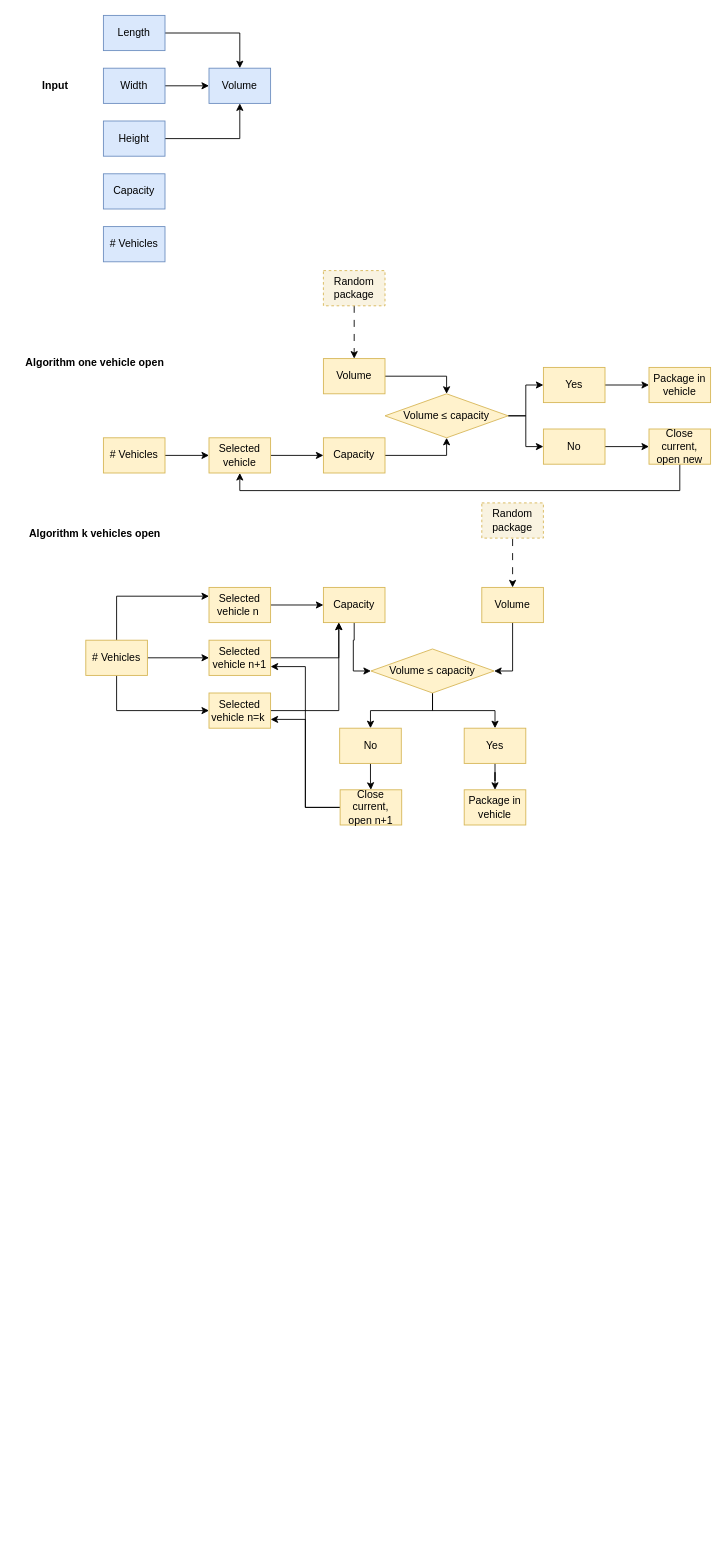
This is Pseudo-code-blocks.drawio from ftamsma/Group33_TIL, a draw.io file, before an edit. Source tidied: cells renumbered, new cells numbered last; positions are measured from the earlier drawing's top-left corner, leaving out a move shared by most shapes. Both pictures are drawn from the tidied source at 88%, with x=0, y=0 at pixel (15, 15).
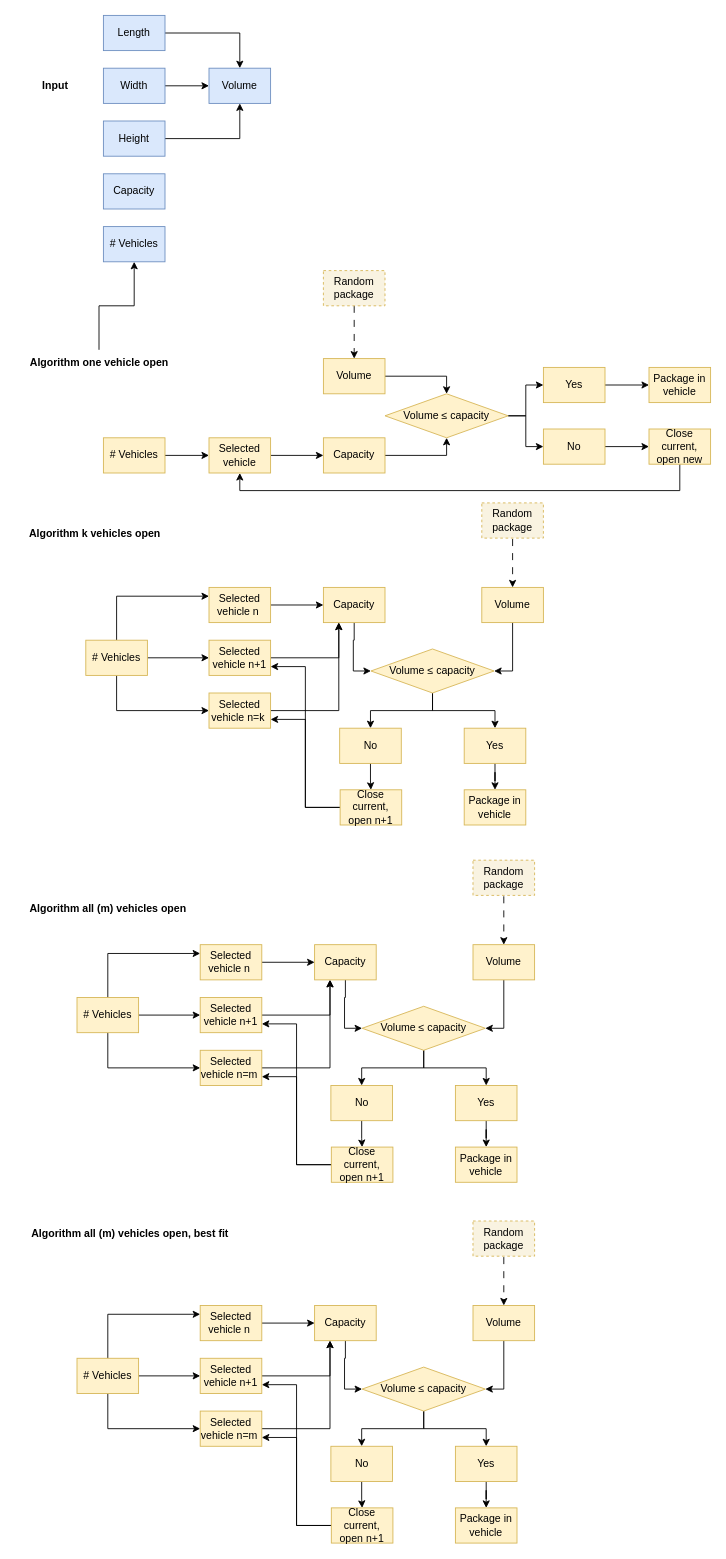
After the change.

The change refers to these unchanged cells:
```xml
<mxCell id="14" value="# Vehicles" style="rounded=0;whiteSpace=wrap;html=1;fillColor=#dae8fc;strokeColor=#6c8ebf;" parent="1" vertex="1">
  <mxGeometry x="100" y="240" width="70" height="40" as="geometry" />
</mxCell>
```

Diff of the diagram source:
```diff
@@
+    <mxCell id="61" style="edgeStyle=orthogonalEdgeStyle;rounded=0;jettySize=auto;html=1;" parent="1" edge="1" source="11" target="14">
+      <mxGeometry relative="1" as="geometry" />
+    </mxCell>
     <mxCell id="11" value="&lt;b&gt;Algorithm one vehicle open&lt;/b&gt;" style="text;html=1;align=center;verticalAlign=middle;points=[];strokeColor=none;fillColor=none;" parent="1" vertex="1">
-      <mxGeometry y="380" width="180" height="30" as="geometry" />
+      <mxGeometry x="5" y="380" width="180" height="30" as="geometry" />
     </mxCell>
@@
+    <mxCell id="62" style="edgeStyle=orthogonalEdgeStyle;rounded=0;jettySize=auto;html=1;" parent="1" edge="1" source="65" target="71">
+      <mxGeometry relative="1" as="geometry">
+        <Array as="points">
+          <mxPoint x="105" y="1196" />
+        </Array>
+      </mxGeometry>
+    </mxCell>
+    <mxCell id="63" style="edgeStyle=orthogonalEdgeStyle;rounded=0;jettySize=auto;html=1;entryX=0;entryY=0.25;entryDx=0;entryDy=0;" parent="1" edge="1" source="65" target="86">
+      <mxGeometry relative="1" as="geometry">
+        <Array as="points">
+          <mxPoint x="105" y="1066" />
+        </Array>
+      </mxGeometry>
+    </mxCell>
+    <mxCell id="64" style="edgeStyle=orthogonalEdgeStyle;rounded=0;jettySize=auto;html=1;" parent="1" edge="1" source="65" target="88">
+      <mxGeometry relative="1" as="geometry" />
+    </mxCell>
+    <mxCell id="65" value="# Vehicles" style="rounded=0;whiteSpace=wrap;html=1;fillColor=#fff2cc;strokeColor=#d6b656;" parent="1" vertex="1">
+      <mxGeometry x="70" y="1116" width="70" height="40" as="geometry" />
+    </mxCell>
+    <mxCell id="66" style="edgeStyle=orthogonalEdgeStyle;rounded=0;jettySize=auto;html=1;entryX=1;entryY=0.5;entryDx=0;entryDy=0;" parent="1" edge="1" source="67" target="76">
+      <mxGeometry relative="1" as="geometry" />
+    </mxCell>
+    <mxCell id="67" value="Volume" style="rounded=0;whiteSpace=wrap;html=1;fillColor=#fff2cc;strokeColor=#d6b656;" parent="1" vertex="1">
+      <mxGeometry x="520" y="1056" width="70" height="40" as="geometry" />
+    </mxCell>
+    <mxCell id="68" style="edgeStyle=orthogonalEdgeStyle;rounded=0;jettySize=auto;html=1;entryX=0;entryY=0.5;entryDx=0;entryDy=0;" parent="1" edge="1" source="69" target="76">
+      <mxGeometry relative="1" as="geometry" />
+    </mxCell>
+    <mxCell id="69" value="Capacity" style="rounded=0;whiteSpace=wrap;html=1;fillColor=#fff2cc;strokeColor=#d6b656;" parent="1" vertex="1">
+      <mxGeometry x="340" y="1056" width="70" height="40" as="geometry" />
+    </mxCell>
+    <mxCell id="70" style="edgeStyle=orthogonalEdgeStyle;rounded=0;jettySize=auto;html=1;entryX=0.25;entryY=1;entryDx=0;entryDy=0;" parent="1" edge="1" source="71" target="69">
+      <mxGeometry relative="1" as="geometry" />
+    </mxCell>
+    <mxCell id="71" value="Selected vehicle n=m&amp;nbsp;" style="rounded=0;whiteSpace=wrap;html=1;fillColor=#fff2cc;strokeColor=#d6b656;" parent="1" vertex="1">
+      <mxGeometry x="210" y="1176" width="70" height="40" as="geometry" />
+    </mxCell>
+    <mxCell id="72" style="endArrow=classic;html=1;rounded=0;entryX=0.5;entryY=0;entryDx=0;entryDy=0;dashed=1;dashPattern=8 8;" parent="1" edge="1" target="67">
+      <mxGeometry relative="1" as="geometry">
+        <mxPoint x="555" y="1001" as="sourcePoint" />
+      </mxGeometry>
+    </mxCell>
+    <mxCell id="73" value="Random package" style="rounded=0;whiteSpace=wrap;html=1;fillColor=#f9f3e1;strokeColor=#d6b656;dashed=1;" parent="1" vertex="1">
+      <mxGeometry x="520" y="960" width="70" height="40" as="geometry" />
+    </mxCell>
+    <mxCell id="74" style="edgeStyle=orthogonalEdgeStyle;rounded=0;jettySize=auto;html=1;entryX=0.5;entryY=0;entryDx=0;entryDy=0;" parent="1" edge="1" source="76" target="78">
+      <mxGeometry relative="1" as="geometry" />
+    </mxCell>
+    <mxCell id="75" style="edgeStyle=orthogonalEdgeStyle;rounded=0;jettySize=auto;html=1;entryX=0.5;entryY=0;entryDx=0;entryDy=0;" parent="1" edge="1" source="76" target="80">
+      <mxGeometry relative="1" as="geometry" />
+    </mxCell>
+    <mxCell id="76" value="Volume ≤ capacity" style="rhombus;whiteSpace=wrap;html=1;fillColor=#fff2cc;strokeColor=#d6b656;" parent="1" vertex="1">
+      <mxGeometry x="394" y="1126" width="140" height="50" as="geometry" />
+    </mxCell>
+    <mxCell id="77" style="edgeStyle=orthogonalEdgeStyle;rounded=0;jettySize=auto;html=1;" parent="1" edge="1" source="78" target="83">
+      <mxGeometry relative="1" as="geometry" />
+    </mxCell>
+    <mxCell id="78" value="No" style="rounded=0;whiteSpace=wrap;html=1;fillColor=#fff2cc;strokeColor=#d6b656;" parent="1" vertex="1">
+      <mxGeometry x="358.5" y="1216" width="70" height="40" as="geometry" />
+    </mxCell>
+    <mxCell id="79" style="edgeStyle=orthogonalEdgeStyle;rounded=0;jettySize=auto;html=1;" parent="1" edge="1" source="80" target="84">
+      <mxGeometry relative="1" as="geometry" />
+    </mxCell>
+    <mxCell id="80" value="Yes" style="rounded=0;whiteSpace=wrap;html=1;fillColor=#fff2cc;strokeColor=#d6b656;" parent="1" vertex="1">
+      <mxGeometry x="500" y="1216" width="70" height="40" as="geometry" />
+    </mxCell>
+    <mxCell id="81" style="edgeStyle=orthogonalEdgeStyle;rounded=0;jettySize=auto;html=1;entryX=1;entryY=0.75;entryDx=0;entryDy=0;" parent="1" edge="1" source="83" target="88">
+      <mxGeometry relative="1" as="geometry" />
+    </mxCell>
+    <mxCell id="82" style="edgeStyle=orthogonalEdgeStyle;rounded=0;jettySize=auto;html=1;entryX=1;entryY=0.75;entryDx=0;entryDy=0;" parent="1" edge="1" source="83" target="71">
+      <mxGeometry relative="1" as="geometry" />
+    </mxCell>
+    <mxCell id="83" value="Close current, open n+1" style="rounded=0;whiteSpace=wrap;html=1;fillColor=#fff2cc;strokeColor=#d6b656;" parent="1" vertex="1">
+      <mxGeometry x="359" y="1286" width="70" height="40" as="geometry" />
+    </mxCell>
+    <mxCell id="84" value="Package in vehicle" style="rounded=0;whiteSpace=wrap;html=1;fillColor=#fff2cc;strokeColor=#d6b656;" parent="1" vertex="1">
+      <mxGeometry x="500" y="1286" width="70" height="40" as="geometry" />
+    </mxCell>
+    <mxCell id="85" style="edgeStyle=orthogonalEdgeStyle;rounded=0;jettySize=auto;html=1;" parent="1" edge="1" source="86" target="69">
+      <mxGeometry relative="1" as="geometry" />
+    </mxCell>
+    <mxCell id="86" value="Selected vehicle n&amp;nbsp;" style="rounded=0;whiteSpace=wrap;html=1;fillColor=#fff2cc;strokeColor=#d6b656;" parent="1" vertex="1">
+      <mxGeometry x="210" y="1056" width="70" height="40" as="geometry" />
+    </mxCell>
+    <mxCell id="87" style="edgeStyle=orthogonalEdgeStyle;rounded=0;jettySize=auto;html=1;entryX=0.25;entryY=1;entryDx=0;entryDy=0;" parent="1" edge="1" source="88" target="69">
+      <mxGeometry relative="1" as="geometry" />
+    </mxCell>
+    <mxCell id="88" value="Selected vehicle n+1" style="rounded=0;whiteSpace=wrap;html=1;fillColor=#fff2cc;strokeColor=#d6b656;" parent="1" vertex="1">
+      <mxGeometry x="210" y="1116" width="70" height="40" as="geometry" />
+    </mxCell>
+    <mxCell id="89" value="&lt;b&gt;Algorithm all (m) vehicles open&lt;/b&gt;" style="text;html=1;align=center;verticalAlign=middle;strokeColor=none;fillColor=none;" parent="1" vertex="1">
+      <mxGeometry x="5" y="1000" width="200" height="30" as="geometry" />
+    </mxCell>
+    <mxCell id="90" style="edgeStyle=orthogonalEdgeStyle;rounded=0;jettySize=auto;html=1;" parent="1" edge="1" source="93" target="99">
+      <mxGeometry relative="1" as="geometry">
+        <Array as="points">
+          <mxPoint x="105" y="1606" />
+        </Array>
+      </mxGeometry>
+    </mxCell>
+    <mxCell id="91" style="edgeStyle=orthogonalEdgeStyle;rounded=0;jettySize=auto;html=1;entryX=0;entryY=0.25;entryDx=0;entryDy=0;" parent="1" edge="1" source="93" target="114">
+      <mxGeometry relative="1" as="geometry">
+        <Array as="points">
+          <mxPoint x="105" y="1476" />
+        </Array>
+      </mxGeometry>
+    </mxCell>
+    <mxCell id="92" style="edgeStyle=orthogonalEdgeStyle;rounded=0;jettySize=auto;html=1;" parent="1" edge="1" source="93" target="116">
+      <mxGeometry relative="1" as="geometry" />
+    </mxCell>
+    <mxCell id="93" value="# Vehicles" style="rounded=0;whiteSpace=wrap;html=1;fillColor=#fff2cc;strokeColor=#d6b656;" parent="1" vertex="1">
+      <mxGeometry x="70" y="1526" width="70" height="40" as="geometry" />
+    </mxCell>
+    <mxCell id="94" style="edgeStyle=orthogonalEdgeStyle;rounded=0;jettySize=auto;html=1;entryX=1;entryY=0.5;entryDx=0;entryDy=0;" parent="1" edge="1" source="95" target="104">
+      <mxGeometry relative="1" as="geometry" />
+    </mxCell>
+    <mxCell id="95" value="Volume" style="rounded=0;whiteSpace=wrap;html=1;fillColor=#fff2cc;strokeColor=#d6b656;" parent="1" vertex="1">
+      <mxGeometry x="520" y="1466" width="70" height="40" as="geometry" />
+    </mxCell>
+    <mxCell id="96" style="edgeStyle=orthogonalEdgeStyle;rounded=0;jettySize=auto;html=1;entryX=0;entryY=0.5;entryDx=0;entryDy=0;" parent="1" edge="1" source="97" target="104">
+      <mxGeometry relative="1" as="geometry" />
+    </mxCell>
+    <mxCell id="97" value="Capacity" style="rounded=0;whiteSpace=wrap;html=1;fillColor=#fff2cc;strokeColor=#d6b656;" parent="1" vertex="1">
+      <mxGeometry x="340" y="1466" width="70" height="40" as="geometry" />
+    </mxCell>
+    <mxCell id="98" style="edgeStyle=orthogonalEdgeStyle;rounded=0;jettySize=auto;html=1;entryX=0.25;entryY=1;entryDx=0;entryDy=0;" parent="1" edge="1" source="99" target="97">
+      <mxGeometry relative="1" as="geometry" />
+    </mxCell>
+    <mxCell id="99" value="Selected vehicle n=m&amp;nbsp;" style="rounded=0;whiteSpace=wrap;html=1;fillColor=#fff2cc;strokeColor=#d6b656;" parent="1" vertex="1">
+      <mxGeometry x="210" y="1586" width="70" height="40" as="geometry" />
+    </mxCell>
+    <mxCell id="100" style="endArrow=classic;html=1;rounded=0;entryX=0.5;entryY=0;entryDx=0;entryDy=0;dashed=1;dashPattern=8 8;" parent="1" edge="1" target="95">
+      <mxGeometry relative="1" as="geometry">
+        <mxPoint x="555" y="1411" as="sourcePoint" />
+      </mxGeometry>
+    </mxCell>
+    <mxCell id="101" value="Random package" style="rounded=0;whiteSpace=wrap;html=1;fillColor=#f9f3e1;strokeColor=#d6b656;dashed=1;" parent="1" vertex="1">
+      <mxGeometry x="520" y="1370" width="70" height="40" as="geometry" />
+    </mxCell>
+    <mxCell id="102" style="edgeStyle=orthogonalEdgeStyle;rounded=0;jettySize=auto;html=1;entryX=0.5;entryY=0;entryDx=0;entryDy=0;" parent="1" edge="1" source="104" target="106">
+      <mxGeometry relative="1" as="geometry" />
+    </mxCell>
+    <mxCell id="103" style="edgeStyle=orthogonalEdgeStyle;rounded=0;jettySize=auto;html=1;entryX=0.5;entryY=0;entryDx=0;entryDy=0;" parent="1" edge="1" source="104" target="108">
+      <mxGeometry relative="1" as="geometry" />
+    </mxCell>
+    <mxCell id="104" value="Volume ≤ capacity" style="rhombus;whiteSpace=wrap;html=1;fillColor=#fff2cc;strokeColor=#d6b656;" parent="1" vertex="1">
+      <mxGeometry x="394" y="1536" width="140" height="50" as="geometry" />
+    </mxCell>
+    <mxCell id="105" style="edgeStyle=orthogonalEdgeStyle;rounded=0;jettySize=auto;html=1;" parent="1" edge="1" source="106" target="111">
+      <mxGeometry relative="1" as="geometry" />
+    </mxCell>
+    <mxCell id="106" value="No" style="rounded=0;whiteSpace=wrap;html=1;fillColor=#fff2cc;strokeColor=#d6b656;" parent="1" vertex="1">
+      <mxGeometry x="358.5" y="1626" width="70" height="40" as="geometry" />
+    </mxCell>
+    <mxCell id="107" style="edgeStyle=orthogonalEdgeStyle;rounded=0;jettySize=auto;html=1;" parent="1" edge="1" source="108" target="112">
+      <mxGeometry relative="1" as="geometry" />
+    </mxCell>
+    <mxCell id="108" value="Yes" style="rounded=0;whiteSpace=wrap;html=1;fillColor=#fff2cc;strokeColor=#d6b656;" parent="1" vertex="1">
+      <mxGeometry x="500" y="1626" width="70" height="40" as="geometry" />
+    </mxCell>
+    <mxCell id="109" style="edgeStyle=orthogonalEdgeStyle;rounded=0;jettySize=auto;html=1;entryX=1;entryY=0.75;entryDx=0;entryDy=0;" parent="1" edge="1" source="111" target="116">
+      <mxGeometry relative="1" as="geometry" />
+    </mxCell>
+    <mxCell id="110" style="edgeStyle=orthogonalEdgeStyle;rounded=0;jettySize=auto;html=1;entryX=1;entryY=0.75;entryDx=0;entryDy=0;" parent="1" edge="1" source="111" target="99">
+      <mxGeometry relative="1" as="geometry" />
+    </mxCell>
+    <mxCell id="111" value="Close current, open n+1" style="rounded=0;whiteSpace=wrap;html=1;fillColor=#fff2cc;strokeColor=#d6b656;" parent="1" vertex="1">
+      <mxGeometry x="359" y="1696" width="70" height="40" as="geometry" />
+    </mxCell>
+    <mxCell id="112" value="Package in vehicle" style="rounded=0;whiteSpace=wrap;html=1;fillColor=#fff2cc;strokeColor=#d6b656;" parent="1" vertex="1">
+      <mxGeometry x="500" y="1696" width="70" height="40" as="geometry" />
+    </mxCell>
+    <mxCell id="113" style="edgeStyle=orthogonalEdgeStyle;rounded=0;jettySize=auto;html=1;" parent="1" edge="1" source="114" target="97">
+      <mxGeometry relative="1" as="geometry" />
+    </mxCell>
+    <mxCell id="114" value="Selected vehicle n&amp;nbsp;" style="rounded=0;whiteSpace=wrap;html=1;fillColor=#fff2cc;strokeColor=#d6b656;" parent="1" vertex="1">
+      <mxGeometry x="210" y="1466" width="70" height="40" as="geometry" />
+    </mxCell>
+    <mxCell id="115" style="edgeStyle=orthogonalEdgeStyle;rounded=0;jettySize=auto;html=1;entryX=0.25;entryY=1;entryDx=0;entryDy=0;" parent="1" edge="1" source="116" target="97">
+      <mxGeometry relative="1" as="geometry" />
+    </mxCell>
+    <mxCell id="116" value="Selected vehicle n+1" style="rounded=0;whiteSpace=wrap;html=1;fillColor=#fff2cc;strokeColor=#d6b656;" parent="1" vertex="1">
+      <mxGeometry x="210" y="1526" width="70" height="40" as="geometry" />
+    </mxCell>
+    <mxCell id="117" value="&lt;b&gt;Algorithm all (m) vehicles open, best fit&lt;/b&gt;" style="text;html=1;align=center;verticalAlign=middle;strokeColor=none;fillColor=none;" parent="1" vertex="1">
+      <mxGeometry x="5" y="1370" width="250" height="30" as="geometry" />
+    </mxCell>
```
